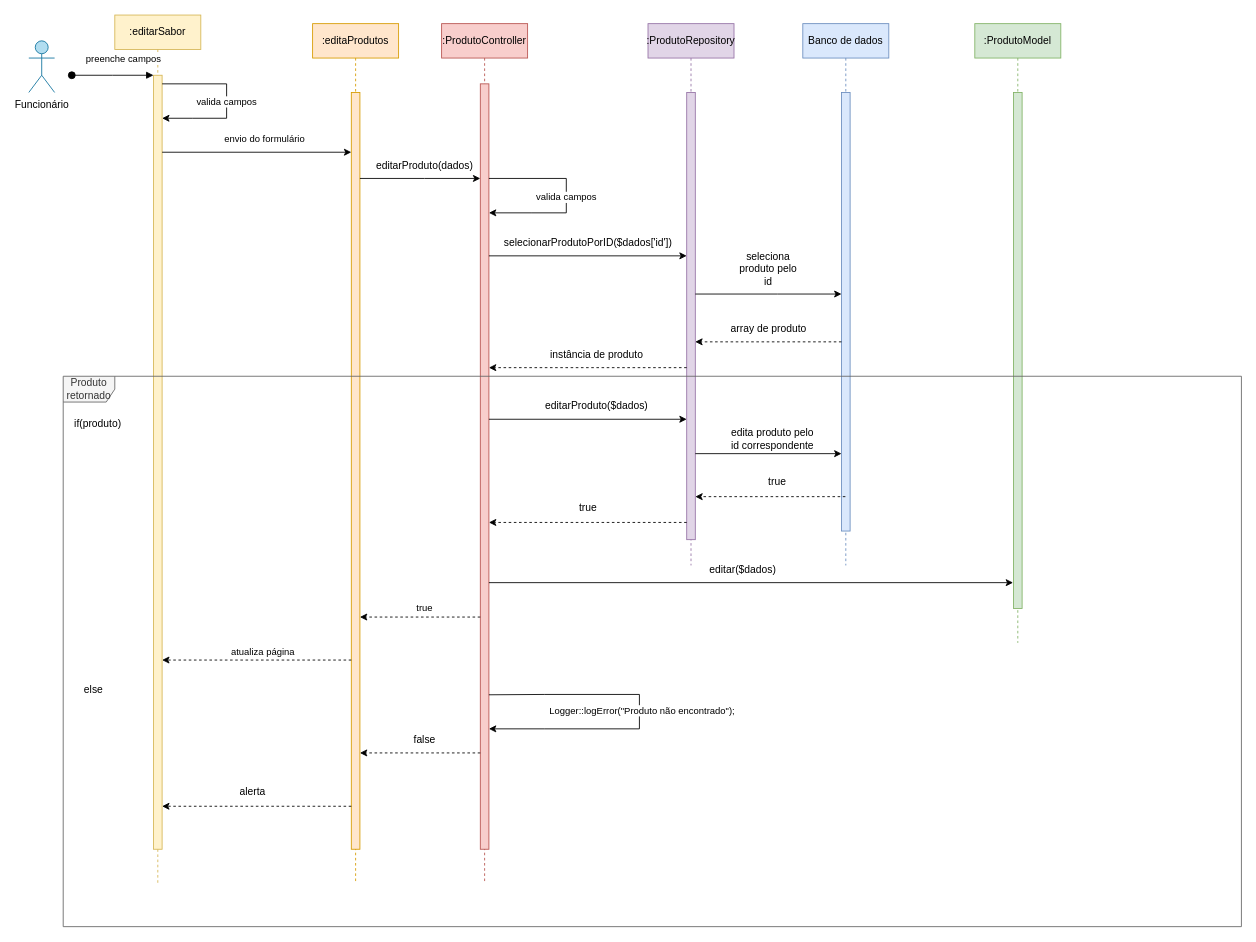
Carolinyr9/amor-na-casquinha keeps this draw.io diagram as database/documentacao/diagramaDeSequencia.drawio. Above is the earlier version. Source tidied: cells renumbered, new cells numbered last; positions are measured from the earlier drawing's top-left corner, leaving out a move shared by most shapes. Both pictures are drawn from the tidied source at 86%, with x=0, y=0 at pixel (28, 15).
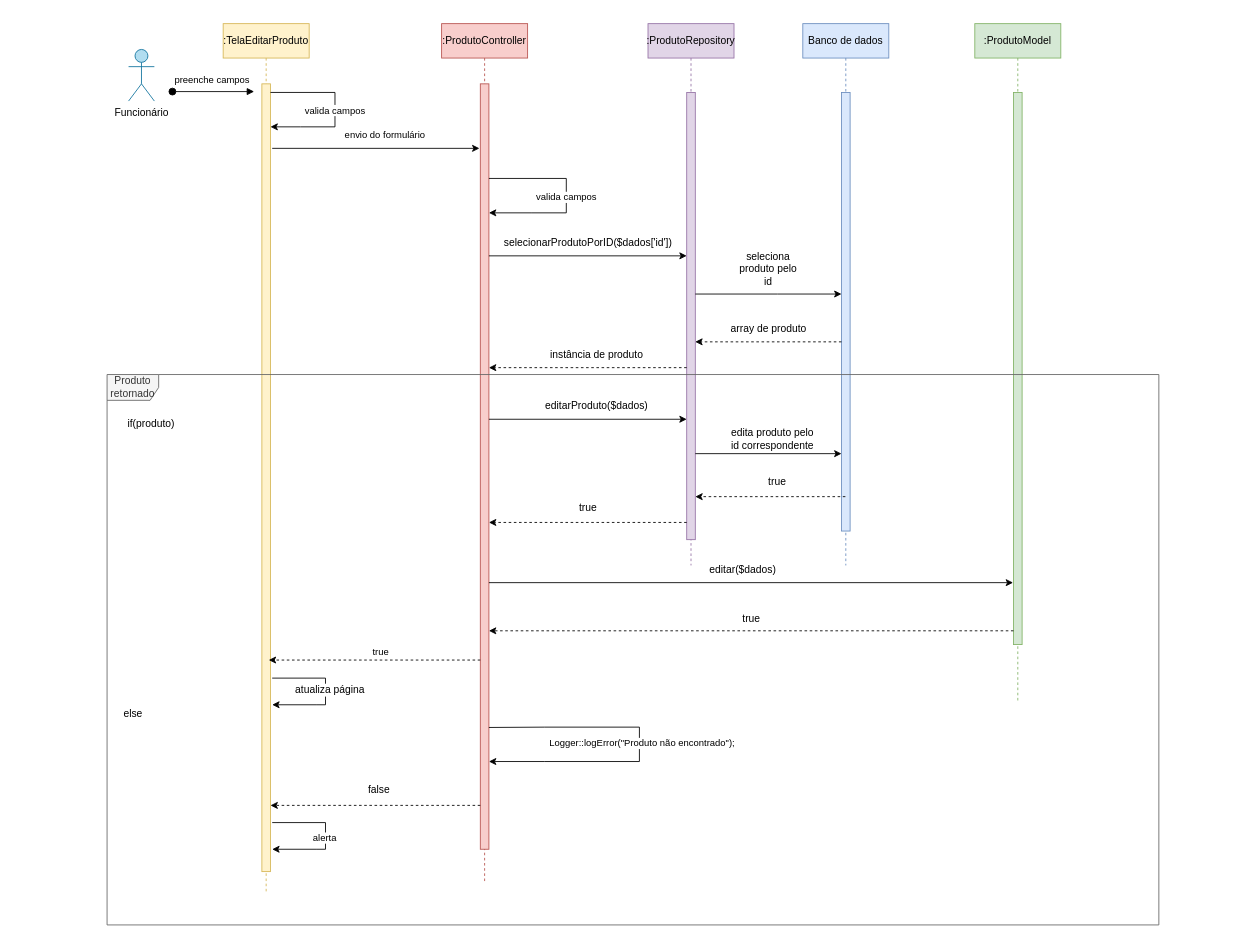
Above is the later version.

Commit message:
📝 update sequence diagram

Unchanged cells that the change refers to:
```xml
<mxCell id="10" style="html=1;points=[];perimeter=orthogonalPerimeter;outlineConnect=0;targetShapes=umlLifeline;portConstraint=eastwest;newEdgeStyle={&quot;edgeStyle&quot;:&quot;elbowEdgeStyle&quot;,&quot;elbow&quot;:&quot;vertical&quot;,&quot;curved&quot;:0,&quot;rounded&quot;:0};fillColor=#f8cecc;strokeColor=#b85450;" parent="9" vertex="1">
  <mxGeometry x="45" y="70" width="10" height="890" as="geometry" />
</mxCell>
```

Change to the diagram source:
```diff
@@
-    <mxCell id="2" value=":editarSabor" style="shape=umlLifeline;perimeter=lifelinePerimeter;whiteSpace=wrap;html=1;newEdgeStyle={&quot;edgeStyle&quot;:&quot;elbowEdgeStyle&quot;,&quot;elbow&quot;:&quot;vertical&quot;,&quot;curved&quot;:0,&quot;rounded&quot;:0};fillColor=#fff2cc;strokeColor=#d6b656;" parent="1" vertex="1">
-      <mxGeometry x="100" width="100" height="1010" as="geometry" />
+    <mxCell id="2" value=":TelaEditarProduto" style="shape=umlLifeline;perimeter=lifelinePerimeter;whiteSpace=wrap;html=1;newEdgeStyle={&quot;edgeStyle&quot;:&quot;elbowEdgeStyle&quot;,&quot;elbow&quot;:&quot;vertical&quot;,&quot;curved&quot;:0,&quot;rounded&quot;:0};fillColor=#fff2cc;strokeColor=#d6b656;" parent="1" vertex="1">
+      <mxGeometry x="226" y="10" width="100" height="1010" as="geometry" />
     </mxCell>
     <mxCell id="3" style="html=1;points=[];perimeter=orthogonalPerimeter;outlineConnect=0;targetShapes=umlLifeline;portConstraint=eastwest;newEdgeStyle={&quot;edgeStyle&quot;:&quot;elbowEdgeStyle&quot;,&quot;elbow&quot;:&quot;vertical&quot;,&quot;curved&quot;:0,&quot;rounded&quot;:0};fillColor=#fff2cc;strokeColor=#d6b656;" parent="2" vertex="1">
-      <mxGeometry x="45" y="70" width="10" height="900" as="geometry" />
+      <mxGeometry x="45" y="70" width="10" height="916" as="geometry" />
     </mxCell>
-    <mxCell id="4" value="preenche campos" style="html=1;verticalAlign=bottom;startArrow=oval;endArrow=block;startSize=8;edgeStyle=elbowEdgeStyle;elbow=vertical;curved=0;rounded=0;" parent="2" edge="1" target="3">
-      <mxGeometry x="0.26" y="10" relative="1" as="geometry">
-        <mxPoint x="-50" y="70" as="sourcePoint" />
-      </mxGeometry>
-    </mxCell>
@@
-    <mxCell id="7" value=":editaProdutos" style="shape=umlLifeline;perimeter=lifelinePerimeter;whiteSpace=wrap;html=1;newEdgeStyle={&quot;edgeStyle&quot;:&quot;elbowEdgeStyle&quot;,&quot;elbow&quot;:&quot;vertical&quot;,&quot;curved&quot;:0,&quot;rounded&quot;:0};fillColor=#ffe6cc;strokeColor=#d79b00;" parent="1" vertex="1">
-      <mxGeometry x="330" y="10" width="100" height="1000" as="geometry" />
-    </mxCell>
-    <mxCell id="8" style="html=1;points=[];perimeter=orthogonalPerimeter;outlineConnect=0;targetShapes=umlLifeline;portConstraint=eastwest;newEdgeStyle={&quot;edgeStyle&quot;:&quot;elbowEdgeStyle&quot;,&quot;elbow&quot;:&quot;vertical&quot;,&quot;curved&quot;:0,&quot;rounded&quot;:0};fillColor=#ffe6cc;strokeColor=#d79b00;" parent="7" vertex="1">
-      <mxGeometry x="45" y="80" width="10" height="880" as="geometry" />
-    </mxCell>
@@
     <mxCell id="13" value=":ProdutoModel" style="shape=umlLifeline;perimeter=lifelinePerimeter;whiteSpace=wrap;html=1;newEdgeStyle={&quot;edgeStyle&quot;:&quot;elbowEdgeStyle&quot;,&quot;elbow&quot;:&quot;vertical&quot;,&quot;curved&quot;:0,&quot;rounded&quot;:0};fillColor=#d5e8d4;strokeColor=#82b366;" parent="1" vertex="1">
-      <mxGeometry x="1100" y="10" width="100" height="720" as="geometry" />
+      <mxGeometry x="1100" y="10" width="100" height="788" as="geometry" />
     </mxCell>
     <mxCell id="14" style="html=1;points=[];perimeter=orthogonalPerimeter;outlineConnect=0;targetShapes=umlLifeline;portConstraint=eastwest;newEdgeStyle={&quot;edgeStyle&quot;:&quot;elbowEdgeStyle&quot;,&quot;elbow&quot;:&quot;vertical&quot;,&quot;curved&quot;:0,&quot;rounded&quot;:0};fillColor=#d5e8d4;strokeColor=#82b366;" parent="13" vertex="1">
-      <mxGeometry x="45" y="80" width="10" height="600" as="geometry" />
+      <mxGeometry x="45" y="80" width="10" height="642" as="geometry" />
     </mxCell>
@@
     <mxCell id="19" value="Funcionário" style="shape=umlActor;verticalLabelPosition=bottom;verticalAlign=top;html=1;fillColor=#b1ddf0;strokeColor=#10739e;" parent="1" vertex="1">
-      <mxGeometry y="30" width="30" height="60" as="geometry" />
+      <mxGeometry x="116" y="40" width="30" height="60" as="geometry" />
     </mxCell>
-    <mxCell id="20" value="editarProduto(dados)" style="text;html=1;align=center;verticalAlign=middle;strokeColor=none;fillColor=none;" parent="1" vertex="1">
-      <mxGeometry x="390" y="160" width="140" height="30" as="geometry" />
-    </mxCell>
-    <mxCell id="21" style="endArrow=classic;html=1;rounded=0;" parent="1" edge="1" source="3">
+    <mxCell id="21" style="endArrow=classic;html=1;rounded=0;" parent="1" edge="1">
       <mxGeometry relative="1" as="geometry">
-        <mxPoint x="375" y="159.5" as="targetPoint" />
+        <mxPoint x="283" y="155" as="sourcePoint" />
+        <mxPoint x="524" y="155" as="targetPoint" />
       </mxGeometry>
     </mxCell>
@@
-    <mxCell id="23" style="endArrow=classic;html=1;rounded=0;" parent="1" edge="1" source="8" target="10">
-      <mxGeometry relative="1" as="geometry">
-        <Array as="points">
-          <mxPoint x="460" y="190" />
-        </Array>
-      </mxGeometry>
-    </mxCell>
@@
     <mxCell id="30" value="Produto retornado" style="shape=umlFrame;whiteSpace=wrap;html=1;fillColor=#f5f5f5;fontColor=#333333;strokeColor=#666666;" parent="1" vertex="1">
-      <mxGeometry x="40" y="420" width="1370" height="640" as="geometry" />
+      <mxGeometry x="91" y="418" width="1223" height="640" as="geometry" />
     </mxCell>
     <mxCell id="31" value="if(produto)" style="text;html=1;align=center;verticalAlign=middle;strokeColor=none;fillColor=none;" parent="1" vertex="1">
-      <mxGeometry x="40" y="460" width="80" height="30" as="geometry" />
+      <mxGeometry x="102" y="460" width="80" height="30" as="geometry" />
     </mxCell>
@@
-    <mxCell id="44" value="true" style="endArrow=classic;html=1;rounded=0;dashed=1;" parent="1" edge="1" source="10" target="8">
-      <mxGeometry x="-0.07" y="-10" relative="1" as="geometry">
-        <Array as="points">
-          <mxPoint x="470" y="700" />
-        </Array>
-      </mxGeometry>
-    </mxCell>
-    <mxCell id="45" style="endArrow=classic;html=1;rounded=0;dashed=1;" parent="1" edge="1">
+    <mxCell id="45" style="endArrow=classic;html=1;rounded=0;dashed=1;" parent="1" edge="1" source="10">
       <mxGeometry relative="1" as="geometry">
-        <mxPoint x="375" y="750" as="sourcePoint" />
-        <mxPoint x="155" y="750" as="targetPoint" />
+        <mxPoint x="279" y="750" as="targetPoint" />
       </mxGeometry>
     </mxCell>
-    <mxCell id="46" value="atualiza página" style="edgeLabel;html=1;align=center;verticalAlign=middle;" parent="45" vertex="1">
+    <mxCell id="46" value="true" style="edgeLabel;html=1;align=center;verticalAlign=middle;" parent="45" vertex="1">
       <mxGeometry x="-0.06" y="2" relative="1" as="geometry">
         <mxPoint x="-1" y="-12" as="offset" />
       </mxGeometry>
     </mxCell>
     <mxCell id="47" value="else" style="text;html=1;align=center;verticalAlign=middle;strokeColor=none;fillColor=none;" parent="1" vertex="1">
-      <mxGeometry x="50" y="770" width="50" height="30" as="geometry" />
+      <mxGeometry x="96" y="798" width="50" height="30" as="geometry" />
     </mxCell>
     <mxCell id="48" style="endArrow=classic;html=1;rounded=0;exitX=1;exitY=0.742;exitDx=0;exitDy=0;exitPerimeter=0;" parent="1" edge="1">
       <mxGeometry relative="1" as="geometry">
-        <mxPoint x="535" y="790.4" as="sourcePoint" />
-        <mxPoint x="535" y="830" as="targetPoint" />
+        <mxPoint x="535" y="828.4" as="sourcePoint" />
+        <mxPoint x="535" y="868" as="targetPoint" />
         <Array as="points">
-          <mxPoint x="600" y="790" />
-          <mxPoint x="710" y="790" />
-          <mxPoint x="710" y="830" />
-          <mxPoint x="600" y="830" />
-          <mxPoint x="570" y="830" />
+          <mxPoint x="600" y="828" />
+          <mxPoint x="710" y="828" />
+          <mxPoint x="710" y="868" />
+          <mxPoint x="600" y="868" />
+          <mxPoint x="570" y="868" />
         </Array>
       </mxGeometry>
     </mxCell>
@@
-    <mxCell id="50" style="endArrow=classic;html=1;rounded=0;dashed=1;" parent="1" edge="1" source="10" target="8">
-      <mxGeometry relative="1" as="geometry">
-        <Array as="points">
-          <mxPoint x="450" y="858" />
-        </Array>
-      </mxGeometry>
-    </mxCell>
-    <mxCell id="51" value="false" style="text;html=1;align=center;verticalAlign=middle;strokeColor=none;fillColor=none;" parent="1" vertex="1">
-      <mxGeometry x="435" y="828" width="50" height="30" as="geometry" />
-    </mxCell>
     <mxCell id="52" style="endArrow=classic;html=1;rounded=0;dashed=1;" parent="1" edge="1">
       <mxGeometry relative="1" as="geometry">
-        <mxPoint x="375" y="920" as="sourcePoint" />
-        <mxPoint x="155" y="920" as="targetPoint" />
+        <mxPoint x="525" y="919" as="sourcePoint" />
+        <mxPoint x="281" y="919" as="targetPoint" />
       </mxGeometry>
     </mxCell>
-    <mxCell id="53" value="alerta" style="text;html=1;align=center;verticalAlign=middle;strokeColor=none;fillColor=none;" parent="1" vertex="1">
-      <mxGeometry x="235" y="888" width="50" height="30" as="geometry" />
+    <mxCell id="53" value="false" style="text;html=1;align=center;verticalAlign=middle;strokeColor=none;fillColor=none;" parent="1" vertex="1">
+      <mxGeometry x="385" y="888" width="43" height="26" as="geometry" />
     </mxCell>
+    <mxCell id="54" style="endArrow=classic;html=1;rounded=0;dashed=1;" parent="1" edge="1" source="14">
+      <mxGeometry relative="1" as="geometry">
+        <mxPoint x="535" y="716" as="targetPoint" />
+        <Array as="points">
+          <mxPoint x="660" y="716" />
+        </Array>
+      </mxGeometry>
+    </mxCell>
+    <mxCell id="44" value="true" style="text;html=1;align=center;verticalAlign=middle;strokeColor=none;fillColor=none;" parent="1" vertex="1">
+      <mxGeometry x="820" y="687" width="40" height="30" as="geometry" />
+    </mxCell>
+    <mxCell id="4" value="preenche campos" style="html=1;verticalAlign=bottom;startArrow=oval;endArrow=block;startSize=8;edgeStyle=elbowEdgeStyle;elbow=vertical;curved=0;rounded=0;" parent="1" edge="1">
+      <mxGeometry x="-0.03" y="5" relative="1" as="geometry">
+        <mxPoint x="167" y="89" as="sourcePoint" />
+        <mxPoint x="262" y="89.3" as="targetPoint" />
+      </mxGeometry>
+    </mxCell>
+    <mxCell id="55" style="endArrow=classic;html=1;rounded=0;" parent="1" edge="1">
+      <mxGeometry relative="1" as="geometry">
+        <mxPoint x="283" y="771" as="sourcePoint" />
+        <mxPoint x="283" y="802" as="targetPoint" />
+        <Array as="points">
+          <mxPoint x="345" y="771" />
+          <mxPoint x="345" y="802" />
+          <mxPoint x="335" y="802" />
+          <mxPoint x="320" y="802" />
+        </Array>
+      </mxGeometry>
+    </mxCell>
+    <mxCell id="56" value="atualiza página" style="text;html=1;align=center;verticalAlign=middle;strokeColor=none;fillColor=none;shadow=0;labelBackgroundColor=default;" parent="1" vertex="1">
+      <mxGeometry x="300" y="772" width="99" height="26" as="geometry" />
+    </mxCell>
+    <mxCell id="57" style="endArrow=classic;html=1;rounded=0;" parent="1" edge="1">
+      <mxGeometry relative="1" as="geometry">
+        <mxPoint x="283" y="939" as="sourcePoint" />
+        <mxPoint x="283" y="970" as="targetPoint" />
+        <Array as="points">
+          <mxPoint x="345" y="939" />
+          <mxPoint x="345" y="970" />
+          <mxPoint x="335" y="970" />
+          <mxPoint x="320" y="970" />
+        </Array>
+      </mxGeometry>
+    </mxCell>
+    <mxCell id="58" value="alerta" style="edgeLabel;html=1;align=center;verticalAlign=middle;" parent="57" vertex="1">
+      <mxGeometry x="-0.05" y="2" relative="1" as="geometry">
+        <mxPoint x="-4" y="5" as="offset" />
+      </mxGeometry>
+    </mxCell>
```
